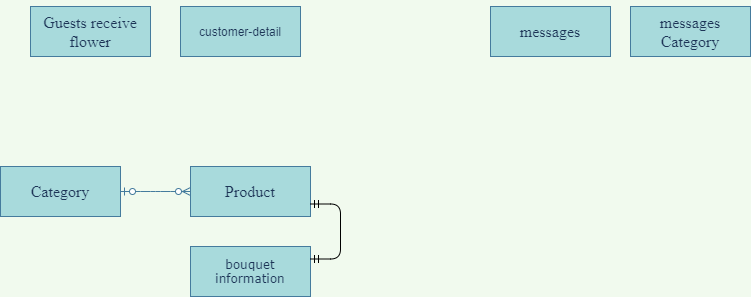
Before: Untitled Diagram.png, a diagram exported from draw.io (maialino123/Eproject-SEM3). Source tidied: cells renumbered, new cells last; positions are measured from the earlier drawing's top-left corner, leaving out a move shared by most shapes.
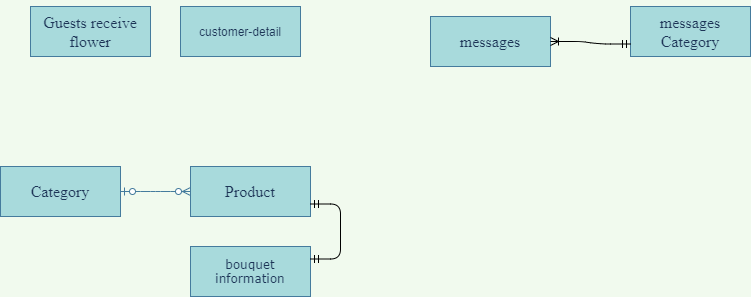
The same diagram one commit later.

Change to the diagram source:
```diff
@@ -9,7 +9,7 @@
       <mxGeometry x="190" y="240" width="120" height="50" as="geometry" />
     </mxCell>
     <mxCell id="4" value="&lt;p class=&quot;MsoNormal&quot;&gt;&lt;span style=&quot;font-size: 12.0pt ; font-family: &amp;#34;times new roman&amp;#34; , serif&quot;&gt;messages&lt;/span&gt;&lt;span style=&quot;font-family: &amp;#34;verdana&amp;#34; , sans-serif&quot;&gt;&lt;br&gt;&lt;/span&gt;&lt;/p&gt;" style="whiteSpace=wrap;html=1;align=center;rounded=0;sketch=0;fontColor=#1D3557;strokeColor=#457B9D;fillColor=#A8DADC;" parent="1" vertex="1">
-      <mxGeometry x="490" width="120" height="50" as="geometry" />
+      <mxGeometry x="430" y="10" width="120" height="50" as="geometry" />
     </mxCell>
     <mxCell id="5" value="&lt;p class=&quot;MsoNormal&quot;&gt;&lt;font face=&quot;times new roman, serif&quot;&gt;&lt;span style=&quot;font-size: 16px&quot;&gt;Guests receive flower&lt;/span&gt;&lt;/font&gt;&lt;/p&gt;" style="whiteSpace=wrap;html=1;align=center;rounded=0;sketch=0;fontColor=#1D3557;strokeColor=#457B9D;fillColor=#A8DADC;" parent="1" vertex="1">
       <mxGeometry x="30" width="120" height="50" as="geometry" />
@@ -29,5 +29,8 @@
     <mxCell id="10" value="&lt;p class=&quot;MsoNormal&quot;&gt;&lt;span style=&quot;font-size: 12.0pt ; font-family: &amp;#34;times new roman&amp;#34; , serif&quot;&gt;messages Category&lt;/span&gt;&lt;span style=&quot;font-family: &amp;#34;verdana&amp;#34; , sans-serif&quot;&gt;&lt;br&gt;&lt;/span&gt;&lt;/p&gt;" style="whiteSpace=wrap;html=1;align=center;rounded=0;sketch=0;fontColor=#1D3557;strokeColor=#457B9D;fillColor=#A8DADC;" parent="1" vertex="1">
       <mxGeometry x="630" width="120" height="50" as="geometry" />
     </mxCell>
+    <mxCell id="11" style="edgeStyle=entityRelationEdgeStyle;fontSize=12;html=1;endArrow=ERoneToMany;startArrow=ERmandOne;fontColor=#1D3557;strokeColor=#000000;fillColor=#A8DADC;entryX=1;entryY=0.5;entryDx=0;entryDy=0;exitX=0;exitY=0.75;exitDx=0;exitDy=0;" parent="1" edge="1" source="10" target="4">
+      <mxGeometry relative="1" as="geometry" />
+    </mxCell>
   </root>
 </mxGraphModel>
```
